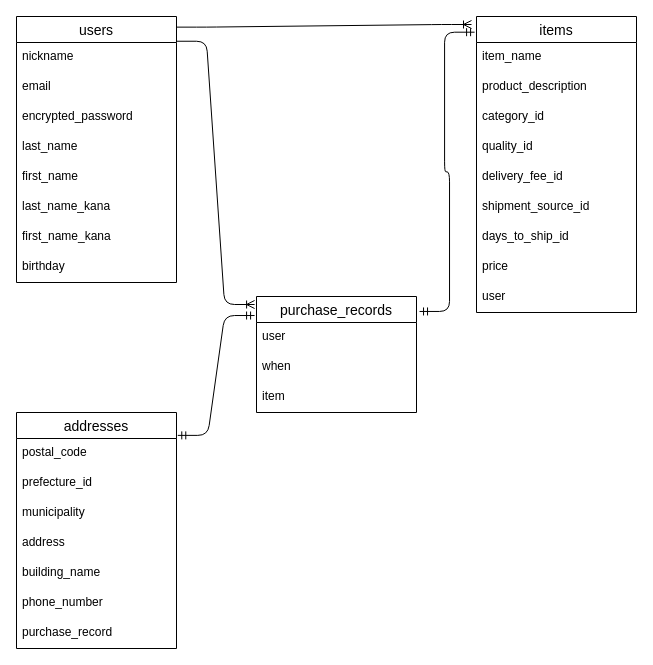
The draw.io diagram er.dio in tdjn6034/furima-29097, before the edit. Source tidied: cells renumbered, new cells numbered last; positions are measured from the earlier drawing's top-left corner, leaving out a move shared by most shapes. Both pictures are drawn from the tidied source at 100%, with x=0, y=0 at pixel (16, 16).
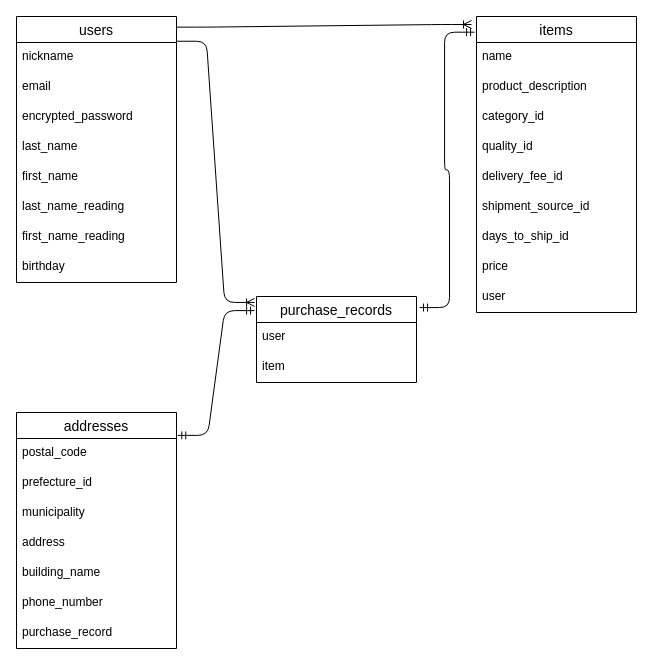
After the change.

Commit message (it also covers changes not shown here):
カラム名、型の変更を反映したER図の作成

Unchanged cells that the change refers to:
```xml
<mxCell id="2" value="items" style="swimlane;fontStyle=0;horizontal=1;startSize=26;align=center;fontSize=14;" parent="1" vertex="1">
  <mxGeometry x="460" width="160" height="296" as="geometry" />
</mxCell>
<mxCell id="14" value="users" style="swimlane;fontStyle=0;horizontal=1;startSize=26;align=center;fontSize=14;" parent="1" vertex="1">
  <mxGeometry width="160" height="266" as="geometry" />
</mxCell>
```

What changed in the source:
```diff
@@
-    <mxCell id="3" value="item_name" style="text;strokeColor=none;fillColor=none;spacingLeft=4;spacingRight=4;overflow=hidden;fontSize=12;" parent="2" vertex="1">
+    <mxCell id="3" value="name" style="text;strokeColor=none;fillColor=none;spacingLeft=4;spacingRight=4;overflow=hidden;fontSize=12;" parent="2" vertex="1">
       <mxGeometry y="26" width="160" height="30" as="geometry" />
     </mxCell>
@@
-    <mxCell id="20" value="last_name_kana" style="text;strokeColor=none;fillColor=none;spacingLeft=4;spacingRight=4;overflow=hidden;fontSize=12;" parent="14" vertex="1">
+    <mxCell id="20" value="last_name_reading" style="text;strokeColor=none;fillColor=none;spacingLeft=4;spacingRight=4;overflow=hidden;fontSize=12;" parent="14" vertex="1">
       <mxGeometry y="176" width="160" height="30" as="geometry" />
     </mxCell>
-    <mxCell id="21" value="first_name_kana" style="text;strokeColor=none;fillColor=none;spacingLeft=4;spacingRight=4;overflow=hidden;fontSize=12;" parent="14" vertex="1">
+    <mxCell id="21" value="first_name_reading" style="text;strokeColor=none;fillColor=none;spacingLeft=4;spacingRight=4;overflow=hidden;fontSize=12;" parent="14" vertex="1">
       <mxGeometry y="206" width="160" height="30" as="geometry" />
     </mxCell>
@@
     <mxCell id="25" value="purchase_records" style="swimlane;fontStyle=0;horizontal=1;startSize=26;align=center;fontSize=14;" parent="1" vertex="1">
-      <mxGeometry x="240" y="280" width="160" height="116" as="geometry" />
+      <mxGeometry x="240" y="280" width="160" height="86" as="geometry" />
     </mxCell>
@@
-    <mxCell id="27" value="when" style="text;strokeColor=none;fillColor=none;spacingLeft=4;spacingRight=4;overflow=hidden;fontSize=12;" parent="25" vertex="1">
-      <mxGeometry y="56" width="160" height="30" as="geometry" />
-    </mxCell>
     <mxCell id="28" value="item" style="text;strokeColor=none;fillColor=none;spacingLeft=4;spacingRight=4;overflow=hidden;fontSize=12;" parent="25" vertex="1">
-      <mxGeometry y="86" width="160" height="30" as="geometry" />
+      <mxGeometry y="56" width="160" height="30" as="geometry" />
     </mxCell>
```
